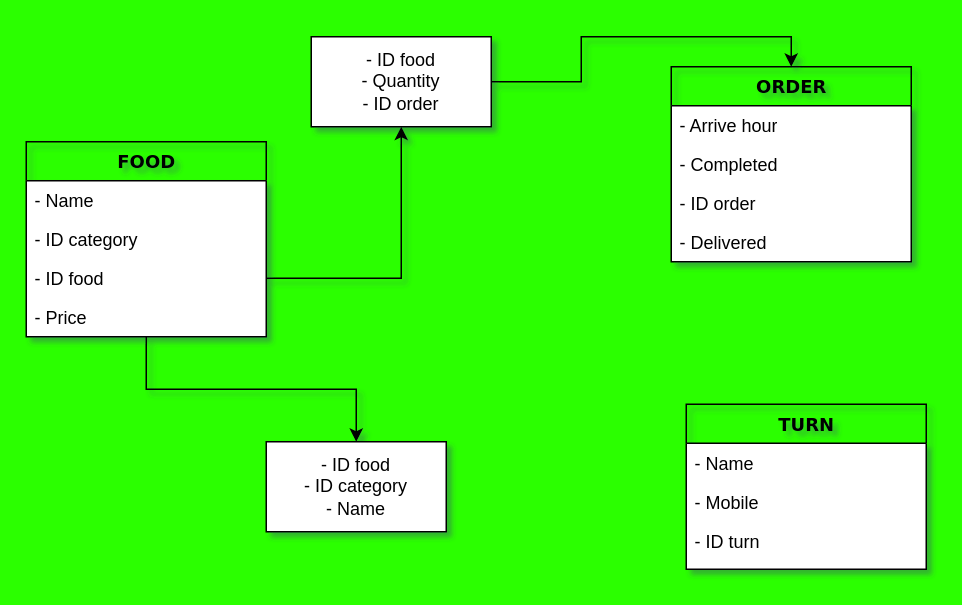
VictorJ-Ch/Cafeteria-Menu keeps this draw.io diagram as 名称未設定ファイル.drawio. Above is the earlier version. Source tidied: cells renumbered, new cells numbered last; positions are measured from the earlier drawing's top-left corner, leaving out a move shared by most shapes. Both pictures are drawn from the tidied source at 150%, with x=0, y=0 at pixel (26, 36).
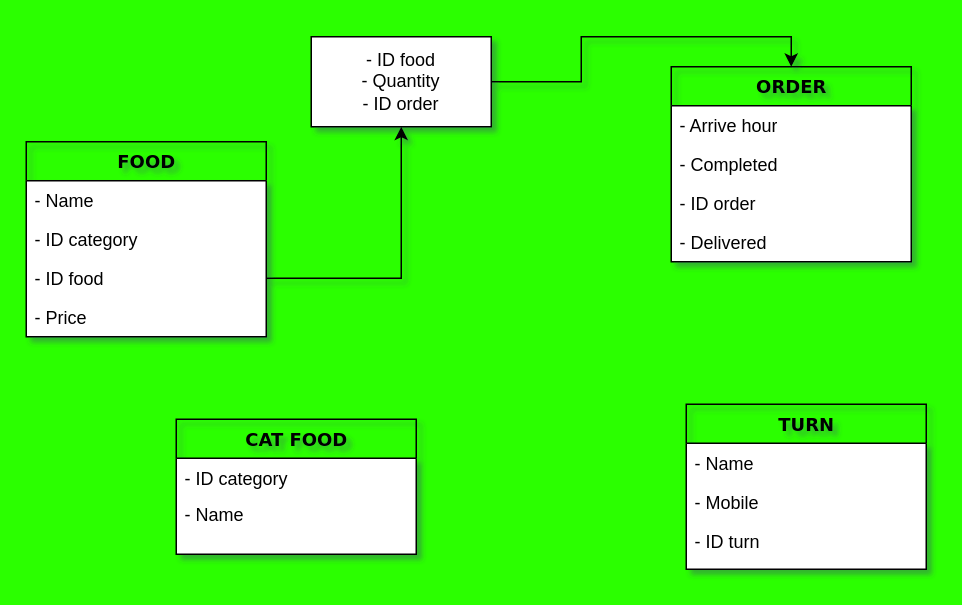
The same page after the edit.

Commit message:
last change- data base

The change refers to these unchanged cells:
```xml
<mxCell id="3" value="FOOD" style="swimlane;html=1;fontStyle=1;align=center;verticalAlign=top;horizontal=1;startSize=26;swimlaneFillColor=#ffffff;rounded=0;shadow=0;comic=0;labelBackgroundColor=none;strokeWidth=1;fillColor=none;fontFamily=Verdana;fontSize=12;" parent="1" vertex="1">
  <mxGeometry y="70" width="160" height="130" as="geometry" />
</mxCell>
```

Diff of the diagram source:
```diff
@@
-    <mxCell id="2" style="edgeStyle=orthogonalEdgeStyle;rounded=0;jettySize=auto;html=1;" parent="1" edge="1" source="3" target="17">
-      <mxGeometry relative="1" as="geometry" />
-    </mxCell>
@@
-    <mxCell id="17" value="- ID food&lt;br&gt;- ID category&lt;br&gt;- Name" style="whiteSpace=wrap;html=1;" parent="1" vertex="1">
-      <mxGeometry x="160" y="270" width="120" height="60" as="geometry" />
-    </mxCell>
@@
+    <mxCell id="21" value="CAT FOOD" style="swimlane;html=1;fontStyle=1;align=center;verticalAlign=top;horizontal=1;startSize=26;swimlaneFillColor=#ffffff;rounded=0;shadow=0;comic=0;labelBackgroundColor=none;strokeWidth=1;fillColor=none;fontFamily=Verdana;fontSize=12;" parent="1" vertex="1">
+      <mxGeometry x="100" y="255" width="160" height="90" as="geometry" />
+    </mxCell>
+    <mxCell id="22" value="&lt;span style=&quot;text-align: center;&quot;&gt;- ID category&lt;/span&gt;&lt;br style=&quot;border-color: var(--border-color); text-align: center;&quot;&gt;" style="text;html=1;strokeColor=none;fillColor=none;align=left;verticalAlign=top;spacingLeft=4;spacingRight=4;whiteSpace=wrap;overflow=hidden;" parent="21" vertex="1">
+      <mxGeometry y="26" width="160" height="24" as="geometry" />
+    </mxCell>
+    <mxCell id="23" value="&lt;span style=&quot;text-align: center;&quot;&gt;- Name&lt;/span&gt;" style="text;html=1;strokeColor=none;fillColor=none;align=left;verticalAlign=top;spacingLeft=4;spacingRight=4;whiteSpace=wrap;overflow=hidden;" parent="21" vertex="1">
+      <mxGeometry y="50" width="160" height="24" as="geometry" />
+    </mxCell>
```
